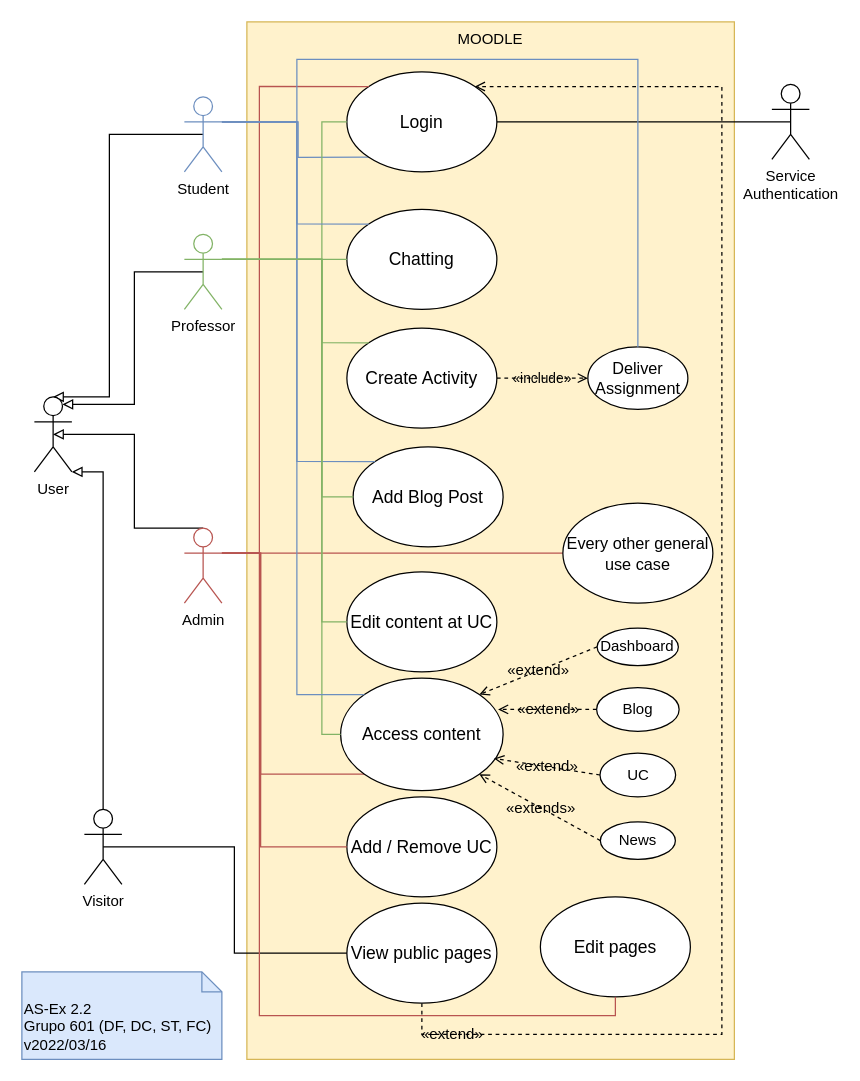
Earlier version of the draw.io diagram page "2.2" (1 of 3) of P/P2/P2.drawio (DavidAraujo98/AS). Source tidied: cells renumbered, new cells numbered last; positions are measured from the earlier drawing's top-left corner, leaving out a move shared by most shapes. Both pictures are drawn from the tidied source at 125%, with x=0, y=0 at pixel (21, 21).
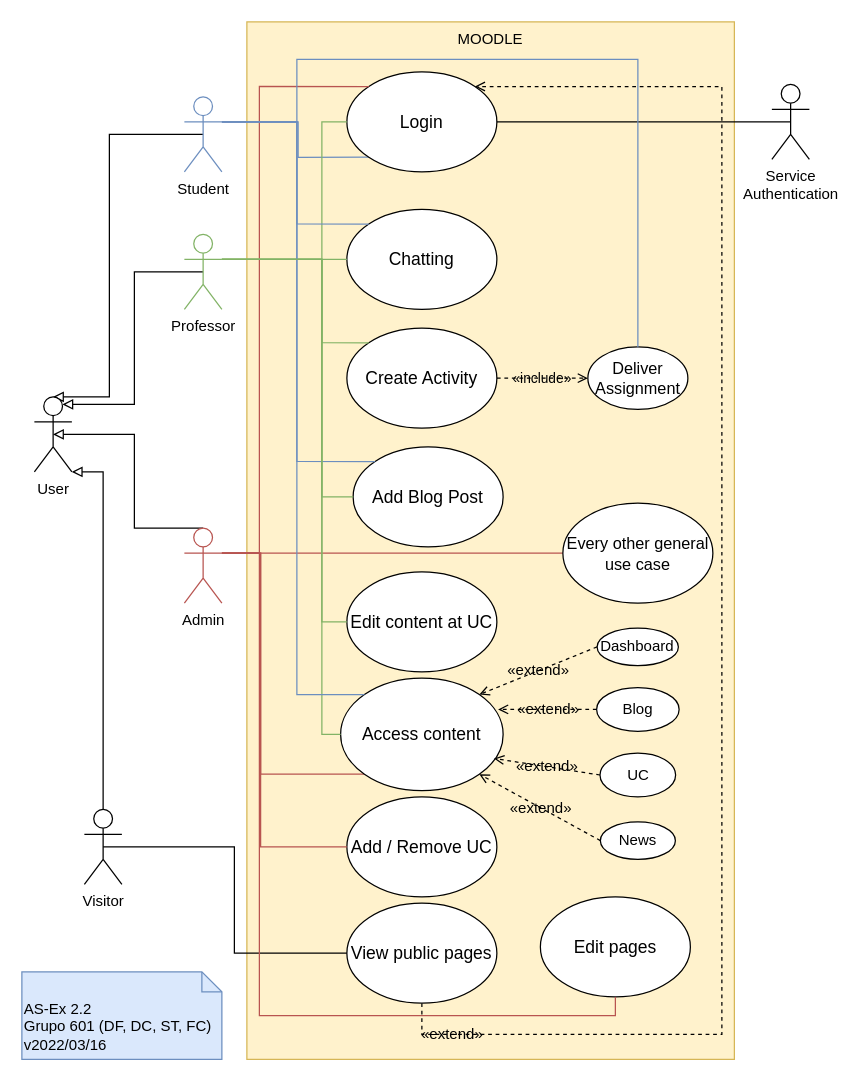
The same page after the edit.

Unchanged cells that the change refers to:
```xml
<mxCell id="26" value="&lt;font style=&quot;font-size: 14px&quot;&gt;Access content&lt;/font&gt;" style="ellipse;whiteSpace=wrap;html=1;" parent="1" vertex="1">
  <mxGeometry x="255" y="525" width="130" height="90" as="geometry" />
</mxCell>
<mxCell id="49" value="News" style="ellipse;whiteSpace=wrap;html=1;fontSize=12;" parent="1" vertex="1">
  <mxGeometry x="462.8" y="640" width="60" height="30" as="geometry" />
</mxCell>
```

Change to the diagram source:
```diff
@@
-    <mxCell id="52" value="«extends»" style="endArrow=open;html=1;rounded=0;dashed=1;fontSize=12;exitX=0;exitY=0.5;exitDx=0;exitDy=0;entryX=1;entryY=1;entryDx=0;entryDy=0;endFill=0;labelBackgroundColor=none;" parent="1" edge="1" source="49" target="26">
+    <mxCell id="52" value="«extend»" style="endArrow=open;html=1;rounded=0;dashed=1;fontSize=12;exitX=0;exitY=0.5;exitDx=0;exitDy=0;entryX=1;entryY=1;entryDx=0;entryDy=0;endFill=0;labelBackgroundColor=none;" parent="1" edge="1" source="49" target="26">
       <mxGeometry relative="1" as="geometry" />
     </mxCell>
```
